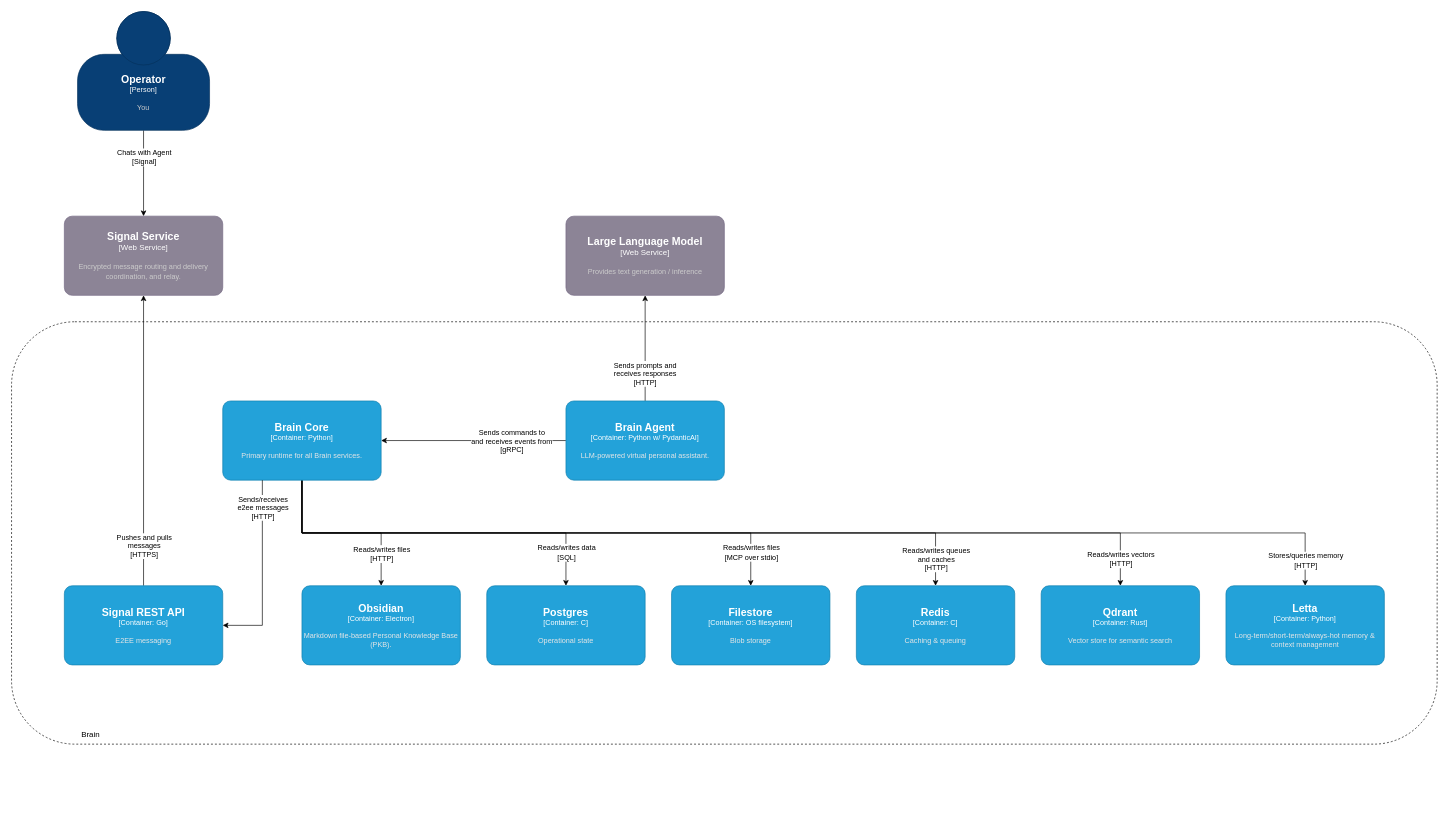
cmtonkinson/brain keeps this draw.io diagram as page "c4-container" (2 of 4) of img/diagrams.drawio. Above is the earlier version. Source tidied: cells renumbered, new cells numbered last; positions are measured from the earlier drawing's top-left corner, leaving out a move shared by most shapes. Both pictures are drawn from the tidied source at 66%, with x=0, y=0 at pixel (11, 11).
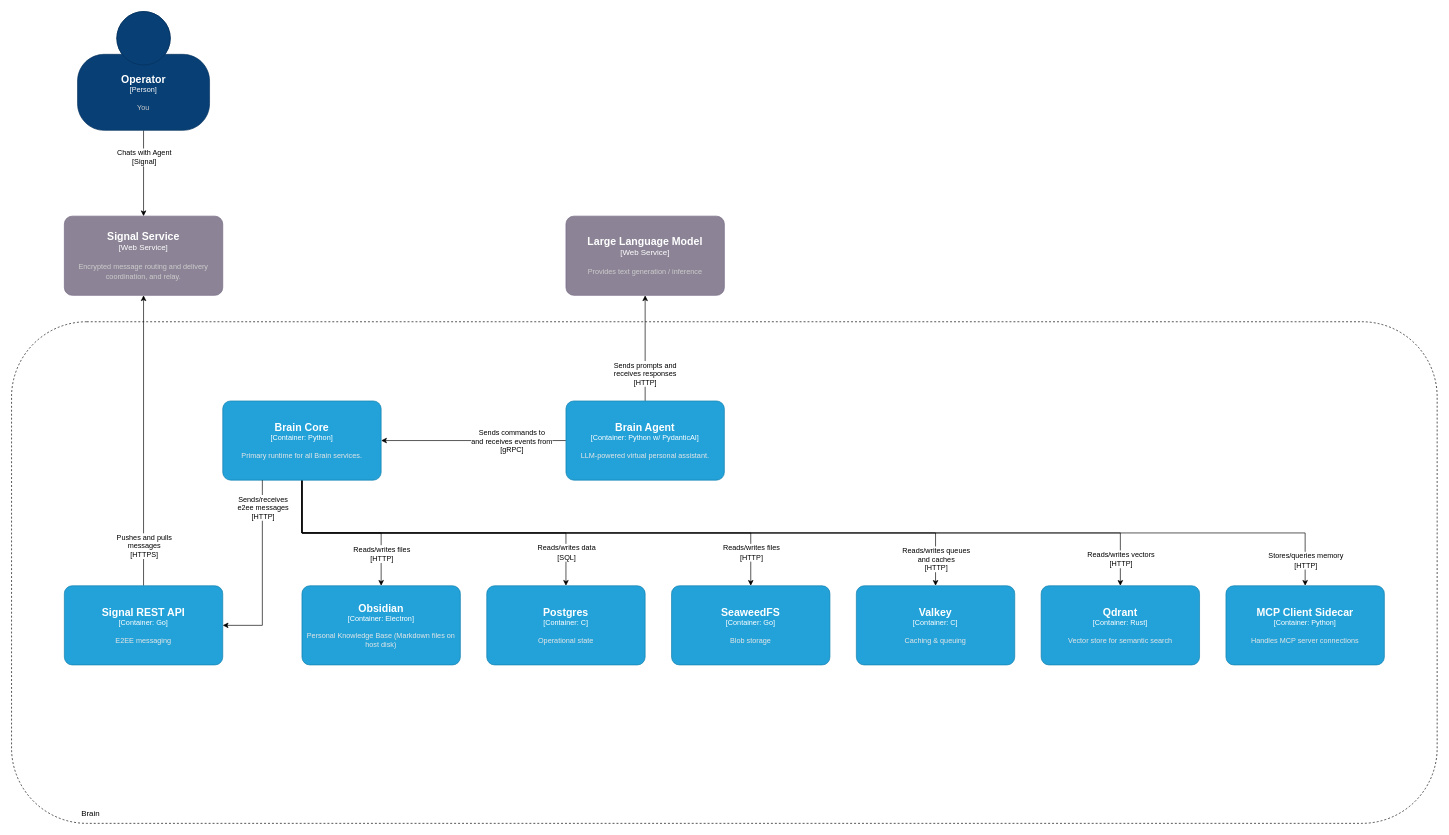
Above is the later version.

Unchanged cells that the change refers to:
```xml
<mxCell id="17" style="edgeStyle=orthogonalEdgeStyle;rounded=0;jettySize=auto;html=1;exitX=0.5;exitY=1;exitDx=0;exitDy=0;exitPerimeter=0;" parent="1" edge="1" source="25" target="30">
  <mxGeometry relative="1" as="geometry" />
</mxCell>
```

The edit, as a diff of the source:
```diff
@@
     <mxCell id="2" style="rounded=1;whiteSpace=wrap;html=1;fillColor=none;dashed=1;" parent="1" vertex="1">
-      <mxGeometry y="470" width="2160" height="640" as="geometry" />
+      <mxGeometry y="470" width="2160" height="760" as="geometry" />
     </mxCell>
@@
-    <mxCell id="18" value="Reads/writes files&lt;br&gt;[MCP over stdio]" style="edgeLabel;html=1;align=center;verticalAlign=middle;" parent="17" vertex="1">
+    <mxCell id="18" value="Reads/writes files&lt;br&gt;[HTTP]" style="edgeLabel;html=1;align=center;verticalAlign=middle;" parent="17" vertex="1">
       <mxGeometry x="0.86" y="1" relative="1" as="geometry">
         <mxPoint x="-1" y="8" as="offset" />
       </mxGeometry>
     </mxCell>
@@
-    <object id="26" label="&lt;font style=&quot;font-size: 16px&quot;&gt;&lt;b&gt;%c4Name%&lt;/b&gt;&lt;/font&gt;&lt;div&gt;[%c4Type%: %c4Technology%]&lt;/div&gt;&lt;br&gt;&lt;div&gt;&lt;font style=&quot;font-size: 11px&quot;&gt;&lt;font color=&quot;#E6E6E6&quot;&gt;%c4Description%&lt;/font&gt;&lt;/div&gt;" c4Description="Markdown file-based Personal Knowledge Base (PKB)." c4Name="Obsidian" c4Technology="Electron" c4Type="Container" placeholders="1">
+    <object id="26" label="&lt;font style=&quot;font-size: 16px&quot;&gt;&lt;b&gt;%c4Name%&lt;/b&gt;&lt;/font&gt;&lt;div&gt;[%c4Type%: %c4Technology%]&lt;/div&gt;&lt;br&gt;&lt;div&gt;&lt;font style=&quot;font-size: 11px&quot;&gt;&lt;font color=&quot;#E6E6E6&quot;&gt;%c4Description%&lt;/font&gt;&lt;/div&gt;" c4Description="Personal Knowledge Base (Markdown files on host disk)" c4Name="Obsidian" c4Technology="Electron" c4Type="Container" placeholders="1">
       <mxCell style="rounded=1;whiteSpace=wrap;html=1;fontSize=11;labelBackgroundColor=none;fillColor=#23A2D9;fontColor=#ffffff;align=center;arcSize=10;strokeColor=#0E7DAD;points=[[0.25,0,0],[0.5,0,0],[0.75,0,0],[1,0.25,0],[1,0.5,0],[1,0.75,0],[0.75,1,0],[0.5,1,0],[0.25,1,0],[0,0.75,0],[0,0.5,0],[0,0.25,0]];" parent="1" vertex="1">
         <mxGeometry x="440" y="870" width="240" height="120" as="geometry" />
       </mxCell>
     </object>
-    <object id="27" label="&lt;font style=&quot;font-size: 16px&quot;&gt;&lt;b&gt;%c4Name%&lt;/b&gt;&lt;/font&gt;&lt;div&gt;[%c4Type%: %c4Technology%]&lt;/div&gt;&lt;br&gt;&lt;div&gt;&lt;font style=&quot;font-size: 11px&quot;&gt;&lt;font color=&quot;#E6E6E6&quot;&gt;%c4Description%&lt;/font&gt;&lt;/div&gt;" c4Description="Long-term/short-term/always-hot memory &amp; context management" c4Name="Letta" c4Technology="Python" c4Type="Container" placeholders="1">
+    <object id="27" label="&lt;font style=&quot;font-size: 16px&quot;&gt;&lt;b&gt;%c4Name%&lt;/b&gt;&lt;/font&gt;&lt;div&gt;[%c4Type%: %c4Technology%]&lt;/div&gt;&lt;br&gt;&lt;div&gt;&lt;font style=&quot;font-size: 11px&quot;&gt;&lt;font color=&quot;#E6E6E6&quot;&gt;%c4Description%&lt;/font&gt;&lt;/div&gt;" c4Description="Handles MCP server connections" c4Name="MCP Client Sidecar" c4Technology="Python" c4Type="Container" placeholders="1">
       <mxCell style="rounded=1;whiteSpace=wrap;html=1;fontSize=11;labelBackgroundColor=none;fillColor=#23A2D9;fontColor=#ffffff;align=center;arcSize=10;strokeColor=#0E7DAD;points=[[0.25,0,0],[0.5,0,0],[0.75,0,0],[1,0.25,0],[1,0.5,0],[1,0.75,0],[0.75,1,0],[0.5,1,0],[0.25,1,0],[0,0.75,0],[0,0.5,0],[0,0.25,0]];" parent="1" vertex="1">
         <mxGeometry x="1840" y="870" width="240" height="120" as="geometry" />
       </mxCell>
     </object>
@@
-    <object id="29" label="&lt;font style=&quot;font-size: 16px&quot;&gt;&lt;b&gt;%c4Name%&lt;/b&gt;&lt;/font&gt;&lt;div&gt;[%c4Type%: %c4Technology%]&lt;/div&gt;&lt;br&gt;&lt;div&gt;&lt;font style=&quot;font-size: 11px&quot;&gt;&lt;font color=&quot;#E6E6E6&quot;&gt;%c4Description%&lt;/font&gt;&lt;/div&gt;" c4Description="Caching &amp; queuing" c4Name="Redis" c4Technology="C" c4Type="Container" placeholders="1">
+    <object id="29" label="&lt;font style=&quot;font-size: 16px&quot;&gt;&lt;b&gt;%c4Name%&lt;/b&gt;&lt;/font&gt;&lt;div&gt;[%c4Type%: %c4Technology%]&lt;/div&gt;&lt;br&gt;&lt;div&gt;&lt;font style=&quot;font-size: 11px&quot;&gt;&lt;font color=&quot;#E6E6E6&quot;&gt;%c4Description%&lt;/font&gt;&lt;/div&gt;" c4Description="Caching &amp; queuing" c4Name="Valkey" c4Technology="C" c4Type="Container" placeholders="1">
       <mxCell style="rounded=1;whiteSpace=wrap;html=1;fontSize=11;labelBackgroundColor=none;fillColor=#23A2D9;fontColor=#ffffff;align=center;arcSize=10;strokeColor=#0E7DAD;points=[[0.25,0,0],[0.5,0,0],[0.75,0,0],[1,0.25,0],[1,0.5,0],[1,0.75,0],[0.75,1,0],[0.5,1,0],[0.25,1,0],[0,0.75,0],[0,0.5,0],[0,0.25,0]];" parent="1" vertex="1">
         <mxGeometry x="1280" y="870" width="240" height="120" as="geometry" />
       </mxCell>
     </object>
-    <object id="30" label="&lt;font style=&quot;font-size: 16px&quot;&gt;&lt;b&gt;%c4Name%&lt;/b&gt;&lt;/font&gt;&lt;div&gt;[%c4Type%: %c4Technology%]&lt;/div&gt;&lt;br&gt;&lt;div&gt;&lt;font style=&quot;font-size: 11px&quot;&gt;&lt;font color=&quot;#E6E6E6&quot;&gt;%c4Description%&lt;/font&gt;&lt;/div&gt;" c4Description="Blob storage" c4Name="Filestore" c4Technology="OS filesystem" c4Type="Container" placeholders="1">
+    <object id="30" label="&lt;font style=&quot;font-size: 16px&quot;&gt;&lt;b&gt;%c4Name%&lt;/b&gt;&lt;/font&gt;&lt;div&gt;[%c4Type%: %c4Technology%]&lt;/div&gt;&lt;br&gt;&lt;div&gt;&lt;font style=&quot;font-size: 11px&quot;&gt;&lt;font color=&quot;#E6E6E6&quot;&gt;%c4Description%&lt;/font&gt;&lt;/div&gt;" c4Description="Blob storage" c4Name="SeaweedFS" c4Technology="Go" c4Type="Container" placeholders="1">
       <mxCell style="rounded=1;whiteSpace=wrap;html=1;fontSize=11;labelBackgroundColor=none;fillColor=#23A2D9;fontColor=#ffffff;align=center;arcSize=10;strokeColor=#0E7DAD;points=[[0.25,0,0],[0.5,0,0],[0.75,0,0],[1,0.25,0],[1,0.5,0],[1,0.75,0],[0.75,1,0],[0.5,1,0],[0.25,1,0],[0,0.75,0],[0,0.5,0],[0,0.25,0]];" parent="1" vertex="1">
         <mxGeometry x="1000" y="870" width="240" height="120" as="geometry" />
       </mxCell>
     </object>
@@
     <mxCell id="37" value="Brain" style="text;html=1;whiteSpace=wrap;strokeColor=none;fillColor=none;align=center;verticalAlign=middle;rounded=0;" parent="1" vertex="1">
-      <mxGeometry x="90" y="1080" width="60" height="30" as="geometry" />
+      <mxGeometry x="90" y="1200" width="60" height="30" as="geometry" />
     </mxCell>
```
